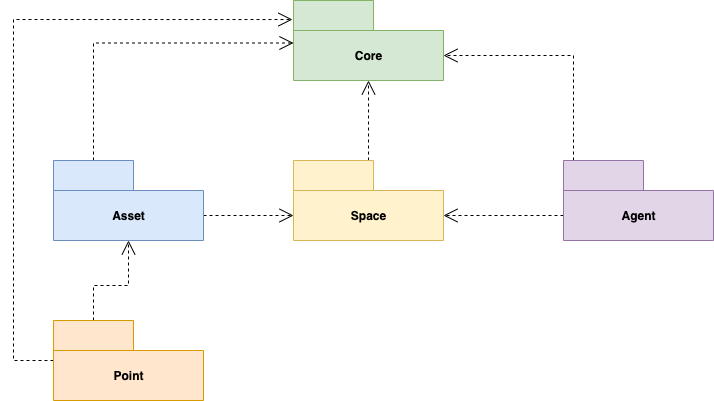
The draw.io diagram docs/_images/projects/bosch/Foundation.Package.drawio.png in alwarmb/alwarmb.github.io, before a commit. Source tidied: cells renumbered, new cells last; positions are measured from the earlier drawing's top-left corner, leaving out a move shared by most shapes. Source of this version:
```xml
<mxGraphModel>
  <root>
    <mxCell id="0" />
    <mxCell id="1" parent="0" />
    <mxCell id="2" value="Core" style="shape=folder;fontStyle=1;tabWidth=80;tabHeight=30;tabPosition=left;html=1;boundedLbl=1;fillColor=#d5e8d4;strokeColor=#82b366;align=center;" parent="1" vertex="1">
      <mxGeometry x="280" width="150" height="80" as="geometry" />
    </mxCell>
    <mxCell id="3" style="edgeStyle=orthogonalEdgeStyle;rounded=0;jettySize=auto;html=1;entryX=0;entryY=0;entryDx=0;entryDy=42.5;entryPerimeter=0;endArrow=open;endFill=0;endSize=12;dashed=1;exitX=0;exitY=0;exitDx=40;exitDy=0;exitPerimeter=0;" parent="1" edge="1" source="5" target="2">
      <mxGeometry relative="1" as="geometry">
        <Array as="points">
          <mxPoint x="80" y="43" />
        </Array>
      </mxGeometry>
    </mxCell>
    <mxCell id="4" style="edgeStyle=orthogonalEdgeStyle;rounded=0;jettySize=auto;html=1;entryX=0;entryY=0;entryDx=0;entryDy=55;entryPerimeter=0;exitX=0;exitY=0;exitDx=150;exitDy=55;exitPerimeter=0;dashed=1;endFill=0;endArrow=open;endSize=12;" parent="1" edge="1" source="5" target="10">
      <mxGeometry relative="1" as="geometry" />
    </mxCell>
    <mxCell id="5" value="Asset" style="shape=folder;fontStyle=1;tabWidth=80;tabHeight=30;tabPosition=left;html=1;boundedLbl=1;fillColor=#dae8fc;strokeColor=#6c8ebf;align=center;" parent="1" vertex="1">
      <mxGeometry x="40" y="160" width="150" height="80" as="geometry" />
    </mxCell>
    <mxCell id="6" style="edgeStyle=orthogonalEdgeStyle;rounded=0;jettySize=auto;html=1;entryX=0.5;entryY=1;entryDx=0;entryDy=0;entryPerimeter=0;endArrow=open;endFill=0;endSize=12;dashed=1;exitX=0;exitY=0;exitDx=40;exitDy=0;exitPerimeter=0;" parent="1" edge="1" source="8" target="5">
      <mxGeometry relative="1" as="geometry" />
    </mxCell>
    <mxCell id="7" style="edgeStyle=orthogonalEdgeStyle;rounded=0;jettySize=auto;html=1;entryX=-0.007;entryY=0.238;entryDx=0;entryDy=0;entryPerimeter=0;dashed=1;endFill=0;endArrow=open;endSize=12;" parent="1" edge="1" source="8" target="2">
      <mxGeometry relative="1" as="geometry">
        <Array as="points">
          <mxPoint y="360" />
          <mxPoint y="19" />
        </Array>
      </mxGeometry>
    </mxCell>
    <mxCell id="8" value="Point" style="shape=folder;fontStyle=1;tabWidth=80;tabHeight=30;tabPosition=left;html=1;boundedLbl=1;fillColor=#ffe6cc;strokeColor=#d79b00;align=center;" parent="1" vertex="1">
      <mxGeometry x="40" y="320" width="150" height="80" as="geometry" />
    </mxCell>
    <mxCell id="9" style="edgeStyle=orthogonalEdgeStyle;rounded=0;jettySize=auto;html=1;entryX=0.5;entryY=1;entryDx=0;entryDy=0;entryPerimeter=0;endArrow=open;endFill=0;endSize=12;dashed=1;" parent="1" edge="1" source="10" target="2">
      <mxGeometry relative="1" as="geometry" />
    </mxCell>
    <mxCell id="10" value="Space" style="shape=folder;fontStyle=1;tabWidth=80;tabHeight=30;tabPosition=left;html=1;boundedLbl=1;fillColor=#fff2cc;strokeColor=#d6b656;align=center;" parent="1" vertex="1">
      <mxGeometry x="280" y="160" width="150" height="80" as="geometry" />
    </mxCell>
    <mxCell id="11" style="edgeStyle=orthogonalEdgeStyle;rounded=0;jettySize=auto;html=1;entryX=0;entryY=0;entryDx=150;entryDy=55;entryPerimeter=0;endSize=12;endArrow=open;endFill=0;dashed=1;" parent="1" edge="1" source="13" target="2">
      <mxGeometry relative="1" as="geometry">
        <Array as="points">
          <mxPoint x="560" y="55" />
        </Array>
      </mxGeometry>
    </mxCell>
    <mxCell id="12" style="edgeStyle=orthogonalEdgeStyle;rounded=0;jettySize=auto;html=1;entryX=0;entryY=0;entryDx=150;entryDy=55;entryPerimeter=0;exitX=0;exitY=0;exitDx=0;exitDy=55;exitPerimeter=0;dashed=1;endFill=0;endArrow=open;endSize=12;" parent="1" edge="1" source="13" target="10">
      <mxGeometry relative="1" as="geometry" />
    </mxCell>
    <mxCell id="13" value="Agent" style="shape=folder;fontStyle=1;tabWidth=80;tabHeight=30;tabPosition=left;html=1;boundedLbl=1;fillColor=#e1d5e7;strokeColor=#9673a6;align=center;" parent="1" vertex="1">
      <mxGeometry x="550" y="160" width="150" height="80" as="geometry" />
    </mxCell>
  </root>
</mxGraphModel>
```
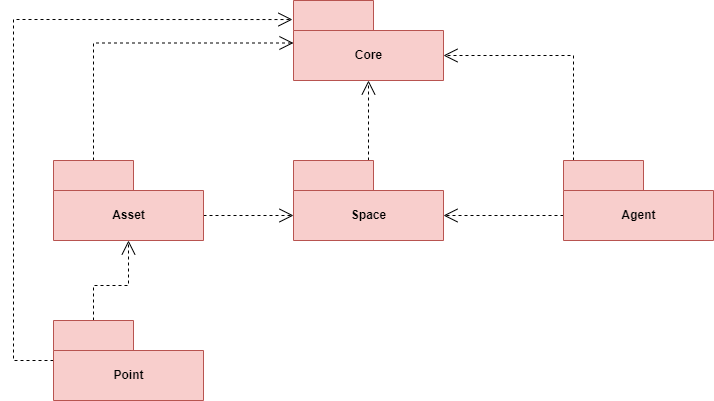
The same diagram one commit later.

The edit, as a diff of the source:
```diff
@@ -2,7 +2,7 @@
   <root>
     <mxCell id="0" />
     <mxCell id="1" parent="0" />
-    <mxCell id="2" value="Core" style="shape=folder;fontStyle=1;tabWidth=80;tabHeight=30;tabPosition=left;html=1;boundedLbl=1;fillColor=#d5e8d4;strokeColor=#82b366;align=center;" parent="1" vertex="1">
+    <mxCell id="2" value="Core" style="shape=folder;fontStyle=1;tabWidth=80;tabHeight=30;tabPosition=left;html=1;boundedLbl=1;fillColor=#f8cecc;strokeColor=#b85450;align=center;" parent="1" vertex="1">
       <mxGeometry x="280" width="150" height="80" as="geometry" />
     </mxCell>
     <mxCell id="3" style="edgeStyle=orthogonalEdgeStyle;rounded=0;jettySize=auto;html=1;entryX=0;entryY=0;entryDx=0;entryDy=42.5;entryPerimeter=0;endArrow=open;endFill=0;endSize=12;dashed=1;exitX=0;exitY=0;exitDx=40;exitDy=0;exitPerimeter=0;" parent="1" edge="1" source="5" target="2">
@@ -15,7 +15,7 @@
     <mxCell id="4" style="edgeStyle=orthogonalEdgeStyle;rounded=0;jettySize=auto;html=1;entryX=0;entryY=0;entryDx=0;entryDy=55;entryPerimeter=0;exitX=0;exitY=0;exitDx=150;exitDy=55;exitPerimeter=0;dashed=1;endFill=0;endArrow=open;endSize=12;" parent="1" edge="1" source="5" target="10">
       <mxGeometry relative="1" as="geometry" />
     </mxCell>
-    <mxCell id="5" value="Asset" style="shape=folder;fontStyle=1;tabWidth=80;tabHeight=30;tabPosition=left;html=1;boundedLbl=1;fillColor=#dae8fc;strokeColor=#6c8ebf;align=center;" parent="1" vertex="1">
+    <mxCell id="5" value="Asset" style="shape=folder;fontStyle=1;tabWidth=80;tabHeight=30;tabPosition=left;html=1;boundedLbl=1;fillColor=#f8cecc;strokeColor=#b85450;align=center;" parent="1" vertex="1">
       <mxGeometry x="40" y="160" width="150" height="80" as="geometry" />
     </mxCell>
     <mxCell id="6" style="edgeStyle=orthogonalEdgeStyle;rounded=0;jettySize=auto;html=1;entryX=0.5;entryY=1;entryDx=0;entryDy=0;entryPerimeter=0;endArrow=open;endFill=0;endSize=12;dashed=1;exitX=0;exitY=0;exitDx=40;exitDy=0;exitPerimeter=0;" parent="1" edge="1" source="8" target="5">
@@ -29,13 +29,13 @@
         </Array>
       </mxGeometry>
     </mxCell>
-    <mxCell id="8" value="Point" style="shape=folder;fontStyle=1;tabWidth=80;tabHeight=30;tabPosition=left;html=1;boundedLbl=1;fillColor=#ffe6cc;strokeColor=#d79b00;align=center;" parent="1" vertex="1">
+    <mxCell id="8" value="Point" style="shape=folder;fontStyle=1;tabWidth=80;tabHeight=30;tabPosition=left;html=1;boundedLbl=1;fillColor=#f8cecc;strokeColor=#b85450;align=center;" parent="1" vertex="1">
       <mxGeometry x="40" y="320" width="150" height="80" as="geometry" />
     </mxCell>
     <mxCell id="9" style="edgeStyle=orthogonalEdgeStyle;rounded=0;jettySize=auto;html=1;entryX=0.5;entryY=1;entryDx=0;entryDy=0;entryPerimeter=0;endArrow=open;endFill=0;endSize=12;dashed=1;" parent="1" edge="1" source="10" target="2">
       <mxGeometry relative="1" as="geometry" />
     </mxCell>
-    <mxCell id="10" value="Space" style="shape=folder;fontStyle=1;tabWidth=80;tabHeight=30;tabPosition=left;html=1;boundedLbl=1;fillColor=#fff2cc;strokeColor=#d6b656;align=center;" parent="1" vertex="1">
+    <mxCell id="10" value="Space" style="shape=folder;fontStyle=1;tabWidth=80;tabHeight=30;tabPosition=left;html=1;boundedLbl=1;fillColor=#f8cecc;strokeColor=#b85450;align=center;" parent="1" vertex="1">
       <mxGeometry x="280" y="160" width="150" height="80" as="geometry" />
     </mxCell>
     <mxCell id="11" style="edgeStyle=orthogonalEdgeStyle;rounded=0;jettySize=auto;html=1;entryX=0;entryY=0;entryDx=150;entryDy=55;entryPerimeter=0;endSize=12;endArrow=open;endFill=0;dashed=1;" parent="1" edge="1" source="13" target="2">
@@ -48,7 +48,7 @@
     <mxCell id="12" style="edgeStyle=orthogonalEdgeStyle;rounded=0;jettySize=auto;html=1;entryX=0;entryY=0;entryDx=150;entryDy=55;entryPerimeter=0;exitX=0;exitY=0;exitDx=0;exitDy=55;exitPerimeter=0;dashed=1;endFill=0;endArrow=open;endSize=12;" parent="1" edge="1" source="13" target="10">
       <mxGeometry relative="1" as="geometry" />
     </mxCell>
-    <mxCell id="13" value="Agent" style="shape=folder;fontStyle=1;tabWidth=80;tabHeight=30;tabPosition=left;html=1;boundedLbl=1;fillColor=#e1d5e7;strokeColor=#9673a6;align=center;" parent="1" vertex="1">
+    <mxCell id="13" value="Agent" style="shape=folder;fontStyle=1;tabWidth=80;tabHeight=30;tabPosition=left;html=1;boundedLbl=1;fillColor=#f8cecc;strokeColor=#b85450;align=center;" parent="1" vertex="1">
       <mxGeometry x="550" y="160" width="150" height="80" as="geometry" />
     </mxCell>
   </root>
```
